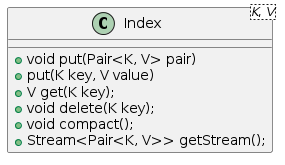
Before: docs/index-class.png, a diagram exported from PlantUML (jajir/HestiaStore).
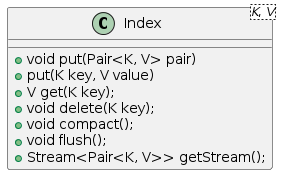
The same file after the commit.

The edit, as a diff of the source:
```diff
@@ -5,6 +5,7 @@
   + V get(K key);
   + void delete(K key);
   + void compact();
+  + void flush();
   + Stream<Pair<K, V>> getStream();
 }
 @enduml
```
